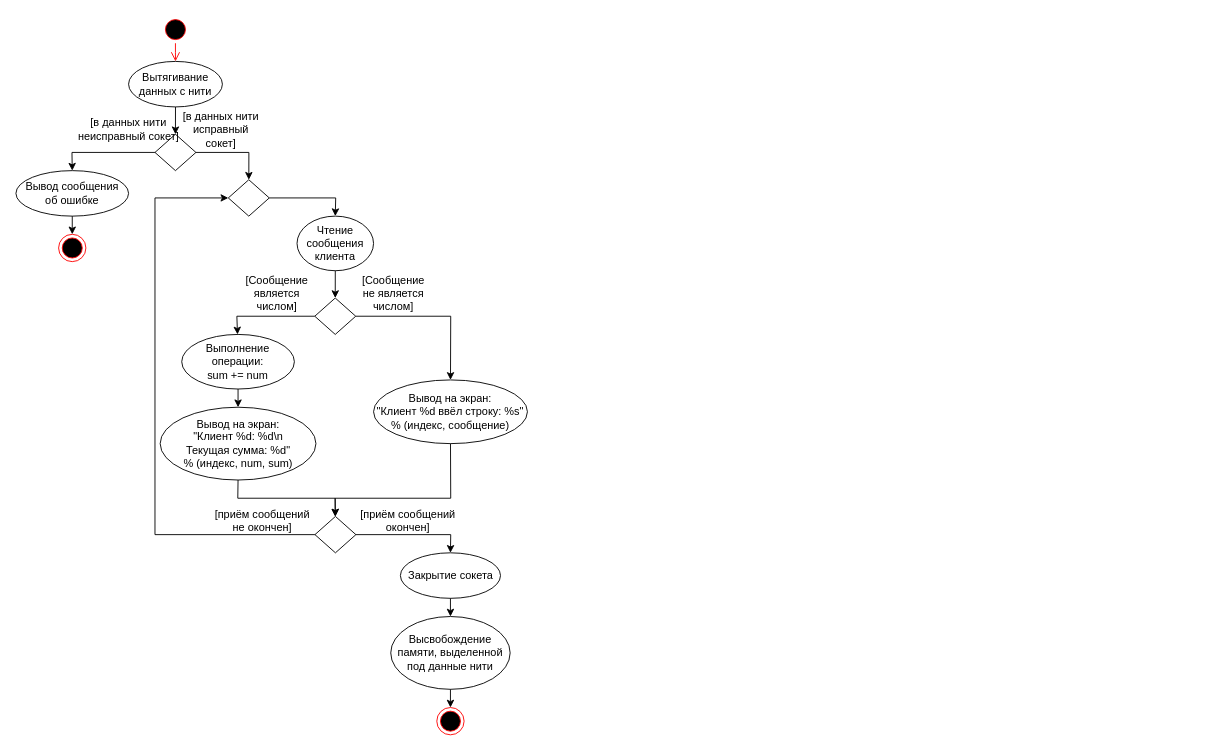
eldarian-1/pstu keeps this draw.io diagram as Системное программирование/КР/3.drawio. Above is the earlier version. Source tidied: cells renumbered, new cells numbered last; positions are measured from the earlier drawing's top-left corner, leaving out a move shared by most shapes. Both pictures are drawn from the tidied source at 91%, with x=0, y=0 at pixel (15, 15).
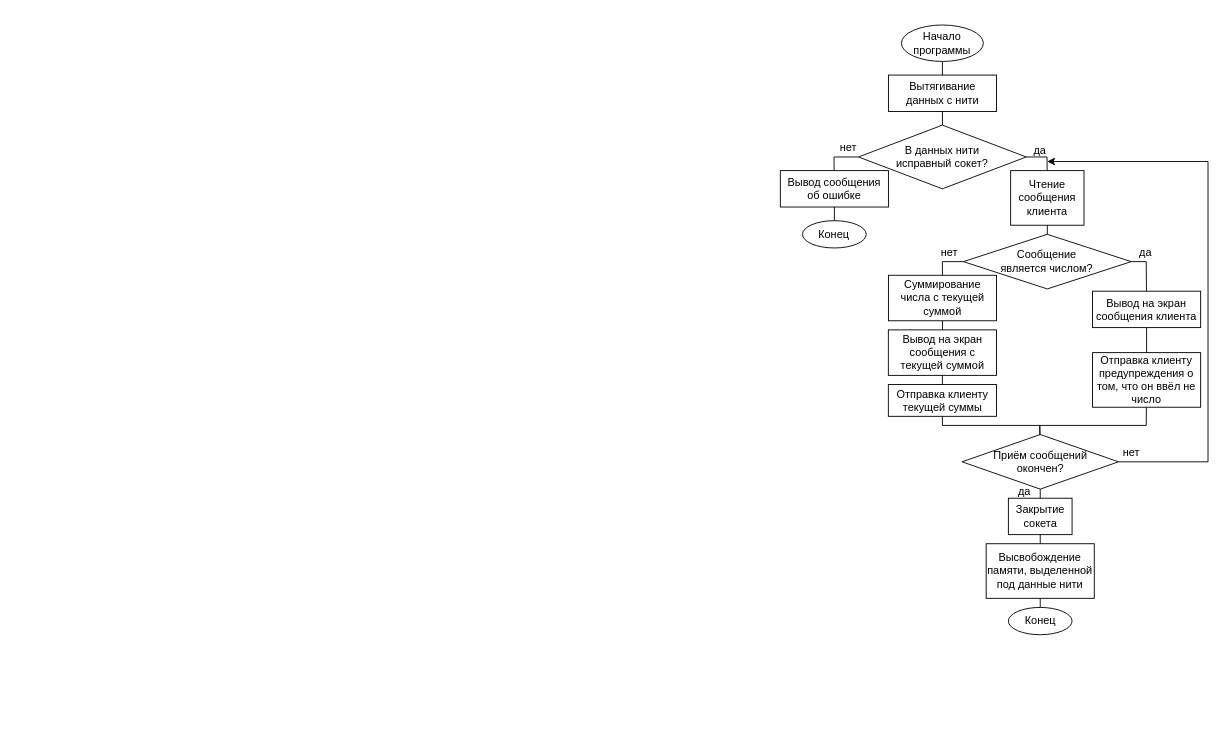
The same diagram, later.

The edit, as a diff of the source:
```diff
@@
-    <mxCell id="2" style="ellipse;html=1;shape=startState;fillColor=#000000;strokeColor=#ff0000;" parent="1" vertex="1">
-      <mxGeometry x="160.3" width="30" height="30" as="geometry" />
-    </mxCell>
-    <mxCell id="3" style="edgeStyle=orthogonalEdgeStyle;html=1;verticalAlign=bottom;endArrow=open;endSize=8;strokeColor=#ff0000;rounded=0;" parent="1" edge="1" source="2" target="15">
-      <mxGeometry relative="1" as="geometry" />
-    </mxCell>
-    <mxCell id="4" style="rhombus;whiteSpace=wrap;html=1;" parent="1" vertex="1">
-      <mxGeometry x="152.8" y="130" width="45" height="40" as="geometry" />
-    </mxCell>
-    <mxCell id="5" style="endArrow=classic;html=1;rounded=0;jumpStyle=none;jumpSize=6;elbow=vertical;strokeWidth=1;" parent="1" edge="1" source="4" target="9">
-      <mxGeometry relative="1" as="geometry">
-        <Array as="points">
-          <mxPoint x="256" y="150" />
-        </Array>
-      </mxGeometry>
-    </mxCell>
-    <mxCell id="6" value="[в данных нити исправный сокет]" style="text;html=1;strokeColor=none;fillColor=none;align=center;verticalAlign=middle;whiteSpace=wrap;rounded=0;" parent="1" vertex="1">
-      <mxGeometry x="180.9" y="100" width="88.8" height="50" as="geometry" />
-    </mxCell>
-    <mxCell id="7" style="endArrow=classic;html=1;rounded=0;" parent="1" edge="1" source="4" target="18">
-      <mxGeometry relative="1" as="geometry">
-        <Array as="points">
-          <mxPoint x="61.6" y="150" />
-        </Array>
-      </mxGeometry>
-    </mxCell>
-    <mxCell id="8" value="[в данных нити неисправный сокет]" style="text;html=1;strokeColor=none;fillColor=none;align=center;verticalAlign=middle;whiteSpace=wrap;rounded=0;" parent="1" vertex="1">
-      <mxGeometry x="67.2" y="105" width="113.8" height="40" as="geometry" />
-    </mxCell>
-    <mxCell id="9" style="rhombus;whiteSpace=wrap;html=1;" parent="1" vertex="1">
-      <mxGeometry x="233.4" y="180" width="45" height="40" as="geometry" />
-    </mxCell>
-    <mxCell id="10" style="endArrow=classic;html=1;rounded=0;jumpStyle=none;jumpSize=6;elbow=vertical;strokeWidth=1;" parent="1" edge="1" source="9" target="11">
-      <mxGeometry relative="1" as="geometry">
-        <Array as="points">
-          <mxPoint x="351.4" y="200" />
-        </Array>
-      </mxGeometry>
-    </mxCell>
+    <mxCell id="39" value="&lt;div&gt;Начало&lt;/div&gt;&lt;div&gt;программы&lt;/div&gt;" style="ellipse;whiteSpace=wrap;html=1;" parent="1" vertex="1">
+      <mxGeometry x="973.1" y="10" width="90" height="40" as="geometry" />
+    </mxCell>
+    <mxCell id="15" value="&lt;div&gt;Вытягивание&lt;/div&gt;&lt;div&gt;данных с нити&lt;br&gt;&lt;/div&gt;" style="rounded=0;whiteSpace=wrap;html=1;" parent="1" vertex="1">
+      <mxGeometry x="958.8" y="65" width="118.8" height="40" as="geometry" />
+    </mxCell>
+    <mxCell id="40" value="&lt;div&gt;В данных нити&lt;/div&gt;&lt;div&gt;исправный сокет?&lt;/div&gt;" style="rhombus;whiteSpace=wrap;html=1;" parent="1" vertex="1">
+      <mxGeometry x="925.9" y="120" width="184.4" height="70" as="geometry" />
+    </mxCell>
+    <mxCell id="18" value="&lt;div&gt;Вывод сообщения&lt;/div&gt;&lt;div&gt;об ошибке&lt;/div&gt;" style="rounded=0;whiteSpace=wrap;html=1;" parent="1" vertex="1">
+      <mxGeometry x="840" y="170" width="118.8" height="40" as="geometry" />
+    </mxCell>
+    <mxCell id="41" style="endArrow=none;html=1;rounded=0;" parent="1" edge="1" source="18" target="40">
+      <mxGeometry relative="1" as="geometry">
+        <Array as="points">
+          <mxPoint x="899" y="155" />
+        </Array>
+      </mxGeometry>
+    </mxCell>
+    <mxCell id="42" value="нет" style="text;html=1;strokeColor=none;fillColor=none;align=center;verticalAlign=middle;whiteSpace=wrap;rounded=0;" parent="1" vertex="1">
+      <mxGeometry x="900" y="130" width="30" height="30" as="geometry" />
+    </mxCell>
+    <mxCell id="43" value="Конец" style="ellipse;whiteSpace=wrap;html=1;" parent="1" vertex="1">
+      <mxGeometry x="864.4" y="225" width="70" height="30" as="geometry" />
+    </mxCell>
+    <mxCell id="44" style="endArrow=none;html=1;rounded=0;" parent="1" edge="1" source="43" target="18">
+      <mxGeometry relative="1" as="geometry" />
+    </mxCell>
-    <mxCell id="11" value="&lt;div&gt;Чтение&lt;/div&gt;&lt;div&gt;сообщения&lt;/div&gt;&lt;div&gt;клиента&lt;/div&gt;" style="ellipse;whiteSpace=wrap;html=1;" parent="1" vertex="1">
-      <mxGeometry x="308.9" y="220" width="84.1" height="60" as="geometry" />
+    <mxCell id="11" value="&lt;div&gt;Чтение&lt;/div&gt;&lt;div&gt;сообщения&lt;/div&gt;&lt;div&gt;клиента&lt;/div&gt;" style="rounded=0;whiteSpace=wrap;html=1;" parent="1" vertex="1">
+      <mxGeometry x="1093.1" y="170" width="80.6" height="60" as="geometry" />
     </mxCell>
-    <mxCell id="12" value="&lt;div&gt;Вывод на экран:&lt;/div&gt;&lt;div&gt;&quot;Клиент %d ввёл строку: %s&quot;&lt;/div&gt;&lt;div&gt;% (индекс, сообщение)&lt;br&gt;&lt;/div&gt;" style="ellipse;whiteSpace=wrap;html=1;" parent="1" vertex="1">
-      <mxGeometry x="393" y="400" width="169.1" height="70" as="geometry" />
-    </mxCell>
-    <mxCell id="13" style="endArrow=classic;html=1;rounded=0;" parent="1" edge="1" source="11" target="25">
-      <mxGeometry relative="1" as="geometry" />
-    </mxCell>
-    <mxCell id="14" style="endArrow=classic;html=1;rounded=0;" parent="1" edge="1" source="25" target="12">
-      <mxGeometry relative="1" as="geometry">
-        <Array as="points">
-          <mxPoint x="477.8" y="330" />
-        </Array>
-      </mxGeometry>
-    </mxCell>
-    <mxCell id="15" value="&lt;div&gt;Вытягивание&lt;/div&gt;&lt;div&gt;данных с нити&lt;br&gt;&lt;/div&gt;" style="ellipse;whiteSpace=wrap;html=1;" parent="1" vertex="1">
-      <mxGeometry x="123.8" y="50" width="103.1" height="50" as="geometry" />
-    </mxCell>
-    <mxCell id="16" style="endArrow=classic;html=1;rounded=0;" parent="1" edge="1" source="15" target="4">
-      <mxGeometry relative="1" as="geometry" />
-    </mxCell>
-    <mxCell id="17" style="ellipse;html=1;shape=endState;fillColor=#000000;strokeColor=#ff0000;" parent="1" vertex="1">
-      <mxGeometry x="46.9" y="240" width="30" height="30" as="geometry" />
-    </mxCell>
-    <mxCell id="18" value="&lt;div&gt;Вывод сообщения&lt;/div&gt;&lt;div&gt;об ошибке&lt;/div&gt;" style="ellipse;whiteSpace=wrap;html=1;" parent="1" vertex="1">
-      <mxGeometry y="170" width="123.8" height="50" as="geometry" />
-    </mxCell>
-    <mxCell id="19" style="endArrow=classic;html=1;rounded=0;" parent="1" edge="1" source="18" target="17">
-      <mxGeometry relative="1" as="geometry" />
-    </mxCell>
-    <mxCell id="20" style="rhombus;whiteSpace=wrap;html=1;" parent="1" vertex="1">
-      <mxGeometry x="328.6" y="550" width="45" height="40" as="geometry" />
-    </mxCell>
+    <mxCell id="45" value="&lt;div&gt;Сообщение&lt;/div&gt;&lt;div&gt;является числом?&lt;/div&gt;" style="rhombus;whiteSpace=wrap;html=1;" parent="1" vertex="1">
+      <mxGeometry x="1041.2" y="240" width="184.4" height="60" as="geometry" />
+    </mxCell>
+    <mxCell id="46" value="Суммирование числа с текущей суммой" style="rounded=0;whiteSpace=wrap;html=1;" parent="1" vertex="1">
+      <mxGeometry x="958.8" y="285" width="118.8" height="50" as="geometry" />
+    </mxCell>
+    <mxCell id="47" value="Вывод на экран сообщения с текущей суммой" style="rounded=0;whiteSpace=wrap;html=1;" parent="1" vertex="1">
+      <mxGeometry x="958.7" y="345" width="118.8" height="50" as="geometry" />
+    </mxCell>
+    <mxCell id="48" value="Отправка клиенту текущей суммы" style="rounded=0;whiteSpace=wrap;html=1;" parent="1" vertex="1">
+      <mxGeometry x="958.7" y="405" width="118.8" height="35" as="geometry" />
+    </mxCell>
+    <mxCell id="49" value="Вывод на экран сообщения клиента" style="rounded=0;whiteSpace=wrap;html=1;" parent="1" vertex="1">
+      <mxGeometry x="1183.1" y="302.5" width="118.8" height="40" as="geometry" />
+    </mxCell>
+    <mxCell id="50" value="Отправка клиенту предупреждения о том, что он ввёл не число" style="rounded=0;whiteSpace=wrap;html=1;" parent="1" vertex="1">
+      <mxGeometry x="1183.1" y="370" width="118.8" height="60" as="geometry" />
+    </mxCell>
+    <mxCell id="51" value="&lt;div&gt;Приём сообщений&lt;/div&gt;&lt;div&gt;окончен?&lt;/div&gt;" style="rhombus;whiteSpace=wrap;html=1;" parent="1" vertex="1">
+      <mxGeometry x="1039.7" y="460" width="171.9" height="60" as="geometry" />
+    </mxCell>
+    <mxCell id="37" value="Закрытие сокета" style="rounded=0;whiteSpace=wrap;html=1;" parent="1" vertex="1">
+      <mxGeometry x="1090.6" y="530" width="70" height="40" as="geometry" />
+    </mxCell>
-    <mxCell id="21" value="Высвобождение памяти, выделенной под данные нити" style="ellipse;whiteSpace=wrap;html=1;" parent="1" vertex="1">
-      <mxGeometry x="411.9" y="660" width="131.2" height="80" as="geometry" />
+    <mxCell id="21" value="Высвобождение памяти, выделенной под данные нити" style="rounded=0;whiteSpace=wrap;html=1;" parent="1" vertex="1">
+      <mxGeometry x="1066.2" y="580" width="118.8" height="60" as="geometry" />
     </mxCell>
-    <mxCell id="22" style="ellipse;html=1;shape=endState;fillColor=#000000;strokeColor=#ff0000;" parent="1" vertex="1">
-      <mxGeometry x="462.5" y="760" width="30" height="30" as="geometry" />
-    </mxCell>
-    <mxCell id="23" style="endArrow=classic;html=1;rounded=0;" parent="1" edge="1" source="21" target="22">
-      <mxGeometry relative="1" as="geometry" />
-    </mxCell>
-    <mxCell id="24" style="endArrow=classic;html=1;rounded=0;" parent="1" edge="1" source="29" target="20">
-      <mxGeometry relative="1" as="geometry">
-        <Array as="points">
-          <mxPoint x="243.8" y="530" />
-          <mxPoint x="350.8" y="530" />
-        </Array>
-      </mxGeometry>
-    </mxCell>
-    <mxCell id="25" style="rhombus;whiteSpace=wrap;html=1;" parent="1" vertex="1">
-      <mxGeometry x="328.4" y="310" width="45" height="40" as="geometry" />
-    </mxCell>
-    <mxCell id="26" style="endArrow=classic;html=1;rounded=0;" parent="1" edge="1" source="25" target="30">
-      <mxGeometry relative="1" as="geometry">
-        <Array as="points">
-          <mxPoint x="242.8" y="330" />
-        </Array>
-      </mxGeometry>
-    </mxCell>
-    <mxCell id="27" value="[Сообщение является числом]" style="text;html=1;strokeColor=none;fillColor=none;align=center;verticalAlign=middle;whiteSpace=wrap;rounded=0;" parent="1" vertex="1">
-      <mxGeometry x="244.5" y="280" width="83.9" height="50" as="geometry" />
-    </mxCell>
-    <mxCell id="28" value="[Сообщение не является числом]" style="text;html=1;strokeColor=none;fillColor=none;align=center;verticalAlign=middle;whiteSpace=wrap;rounded=0;" parent="1" vertex="1">
-      <mxGeometry x="373.4" y="280" width="83.9" height="50" as="geometry" />
-    </mxCell>
-    <mxCell id="29" value="&lt;div&gt;Вывод на экран:&lt;/div&gt;&lt;div&gt;&quot;Клиент %d: %d\n&lt;/div&gt;&lt;div&gt;Текущая сумма: %d&quot;&lt;/div&gt;&lt;div&gt;% (индекс, num, sum)&lt;br&gt;&lt;/div&gt;" style="ellipse;whiteSpace=wrap;html=1;" parent="1" vertex="1">
-      <mxGeometry x="158.5" y="430" width="171.2" height="80" as="geometry" />
-    </mxCell>
-    <mxCell id="30" value="&lt;div&gt;Выполнение операции:&lt;/div&gt;&lt;div&gt;sum += num&lt;br&gt;&lt;/div&gt;" style="ellipse;whiteSpace=wrap;html=1;" parent="1" vertex="1">
-      <mxGeometry x="182.2" y="350" width="123.8" height="60" as="geometry" />
-    </mxCell>
-    <mxCell id="31" style="endArrow=classic;html=1;rounded=0;" parent="1" edge="1" source="30" target="29">
-      <mxGeometry relative="1" as="geometry" />
-    </mxCell>
-    <mxCell id="32" style="endArrow=classic;html=1;rounded=0;" parent="1" edge="1" source="12" target="20">
-      <mxGeometry relative="1" as="geometry">
-        <Array as="points">
-          <mxPoint x="477.8" y="530" />
-          <mxPoint x="350.8" y="530" />
-        </Array>
-      </mxGeometry>
-    </mxCell>
-    <mxCell id="33" value="[приём сообщений окончен]" style="text;html=1;strokeColor=none;fillColor=none;align=center;verticalAlign=middle;whiteSpace=wrap;rounded=0;" parent="1" vertex="1">
-      <mxGeometry x="373.4" y="530" width="116.1" height="50" as="geometry" />
-    </mxCell>
-    <mxCell id="34" value="[приём сообщений не окончен]" style="text;html=1;strokeColor=none;fillColor=none;align=center;verticalAlign=middle;whiteSpace=wrap;rounded=0;" parent="1" vertex="1">
-      <mxGeometry x="212.5" y="530" width="116.1" height="50" as="geometry" />
-    </mxCell>
-    <mxCell id="35" style="endArrow=classic;html=1;rounded=0;" parent="1" edge="1" source="20" target="9">
-      <mxGeometry relative="1" as="geometry">
-        <Array as="points">
-          <mxPoint x="152.8" y="570" />
-          <mxPoint x="152.8" y="200" />
-        </Array>
-      </mxGeometry>
-    </mxCell>
-    <mxCell id="36" style="endArrow=classic;html=1;rounded=0;" parent="1" edge="1" source="20" target="37">
-      <mxGeometry relative="1" as="geometry">
-        <Array as="points">
-          <mxPoint x="477.8" y="570" />
-        </Array>
-      </mxGeometry>
-    </mxCell>
-    <mxCell id="37" value="Закрытие сокета" style="ellipse;whiteSpace=wrap;html=1;" parent="1" vertex="1">
-      <mxGeometry x="422.5" y="590" width="110" height="50" as="geometry" />
-    </mxCell>
-    <mxCell id="38" style="endArrow=classic;html=1;rounded=0;" parent="1" edge="1" source="37" target="21">
-      <mxGeometry relative="1" as="geometry" />
-    </mxCell>
+    <mxCell id="52" value="Конец" style="ellipse;whiteSpace=wrap;html=1;" parent="1" vertex="1">
+      <mxGeometry x="1090.6" y="650" width="70" height="30" as="geometry" />
+    </mxCell>
+    <mxCell id="53" style="endArrow=none;html=1;rounded=0;" parent="1" edge="1" source="15" target="39">
+      <mxGeometry relative="1" as="geometry" />
+    </mxCell>
+    <mxCell id="54" style="endArrow=none;html=1;rounded=0;" parent="1" edge="1" source="40" target="15">
+      <mxGeometry relative="1" as="geometry" />
+    </mxCell>
+    <mxCell id="55" value="да" style="text;html=1;strokeColor=none;fillColor=none;align=center;verticalAlign=middle;whiteSpace=wrap;rounded=0;" parent="1" vertex="1">
+      <mxGeometry x="1110.3" y="135" width="30.6" height="25" as="geometry" />
+    </mxCell>
+    <mxCell id="56" style="endArrow=none;html=1;rounded=0;" parent="1" edge="1" source="11" target="40">
+      <mxGeometry relative="1" as="geometry">
+        <Array as="points">
+          <mxPoint x="1133.1" y="155" />
+        </Array>
+      </mxGeometry>
+    </mxCell>
+    <mxCell id="57" style="endArrow=none;html=1;rounded=0;" parent="1" edge="1" source="45" target="11">
+      <mxGeometry relative="1" as="geometry" />
+    </mxCell>
+    <mxCell id="58" style="endArrow=none;html=1;rounded=0;" parent="1" edge="1" source="46" target="45">
+      <mxGeometry relative="1" as="geometry">
+        <Array as="points">
+          <mxPoint x="1018.1" y="270" />
+        </Array>
+      </mxGeometry>
+    </mxCell>
+    <mxCell id="59" value="нет" style="text;html=1;strokeColor=none;fillColor=none;align=center;verticalAlign=middle;whiteSpace=wrap;rounded=0;" parent="1" vertex="1">
+      <mxGeometry x="1011.2" y="250" width="30" height="20" as="geometry" />
+    </mxCell>
+    <mxCell id="60" style="endArrow=none;html=1;rounded=0;" parent="1" edge="1" source="47" target="46">
+      <mxGeometry relative="1" as="geometry" />
+    </mxCell>
+    <mxCell id="61" style="endArrow=none;html=1;rounded=0;" parent="1" edge="1" source="48" target="47">
+      <mxGeometry relative="1" as="geometry" />
+    </mxCell>
+    <mxCell id="62" style="endArrow=none;html=1;rounded=0;" parent="1" edge="1" source="50" target="49">
+      <mxGeometry relative="1" as="geometry" />
+    </mxCell>
+    <mxCell id="63" style="endArrow=none;html=1;rounded=0;" parent="1" edge="1" source="48" target="51">
+      <mxGeometry relative="1" as="geometry">
+        <Array as="points">
+          <mxPoint x="1018.1" y="450" />
+          <mxPoint x="1125.1" y="450" />
+        </Array>
+      </mxGeometry>
+    </mxCell>
+    <mxCell id="64" style="endArrow=none;html=1;rounded=0;" parent="1" edge="1" source="51" target="50">
+      <mxGeometry relative="1" as="geometry">
+        <Array as="points">
+          <mxPoint x="1125.1" y="450" />
+          <mxPoint x="1242.1" y="450" />
+        </Array>
+      </mxGeometry>
+    </mxCell>
+    <mxCell id="65" style="endArrow=none;html=1;rounded=0;" parent="1" edge="1" source="37" target="51">
+      <mxGeometry relative="1" as="geometry" />
+    </mxCell>
+    <mxCell id="66" style="endArrow=none;html=1;rounded=0;" parent="1" edge="1" source="21" target="37">
+      <mxGeometry relative="1" as="geometry" />
+    </mxCell>
+    <mxCell id="67" value="да" style="text;html=1;strokeColor=none;fillColor=none;align=center;verticalAlign=middle;whiteSpace=wrap;rounded=0;" parent="1" vertex="1">
+      <mxGeometry x="1225.6" y="247.5" width="30.6" height="25" as="geometry" />
+    </mxCell>
+    <mxCell id="68" style="endArrow=none;html=1;rounded=0;" parent="1" edge="1" source="49" target="45">
+      <mxGeometry relative="1" as="geometry">
+        <Array as="points">
+          <mxPoint x="1242.1" y="270" />
+        </Array>
+      </mxGeometry>
+    </mxCell>
+    <mxCell id="69" style="endArrow=none;html=1;rounded=0;" parent="1" edge="1" source="52" target="21">
+      <mxGeometry relative="1" as="geometry" />
+    </mxCell>
+    <mxCell id="70" style="endArrow=classic;html=1;rounded=0;entryX=0.75;entryY=1;entryDx=0;entryDy=0;" parent="1" edge="1" source="51" target="55">
+      <mxGeometry relative="1" as="geometry">
+        <Array as="points">
+          <mxPoint x="1310" y="490" />
+          <mxPoint x="1310" y="160" />
+        </Array>
+      </mxGeometry>
+    </mxCell>
+    <mxCell id="71" value="нет" style="text;html=1;strokeColor=none;fillColor=none;align=center;verticalAlign=middle;whiteSpace=wrap;rounded=0;" parent="1" vertex="1">
+      <mxGeometry x="1211" y="470" width="30" height="20" as="geometry" />
+    </mxCell>
+    <mxCell id="72" value="да" style="text;html=1;strokeColor=none;fillColor=none;align=center;verticalAlign=middle;whiteSpace=wrap;rounded=0;" parent="1" vertex="1">
+      <mxGeometry x="1093.1" y="510" width="30.6" height="25" as="geometry" />
+    </mxCell>
```
